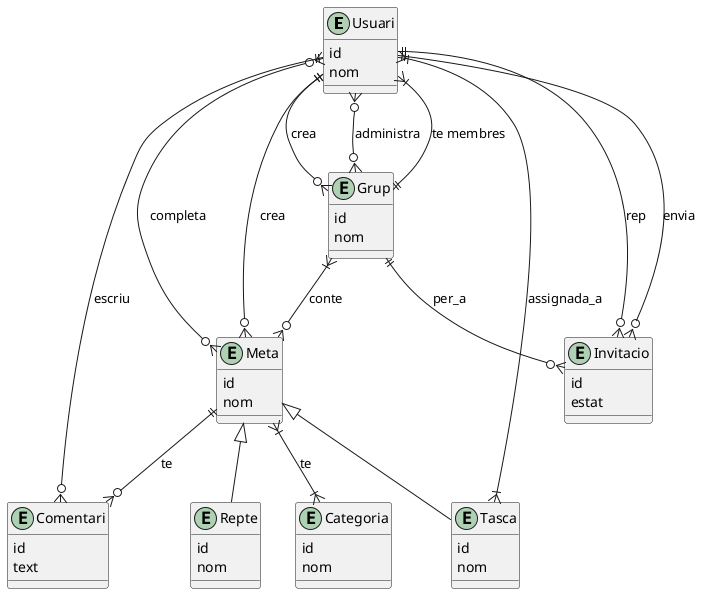
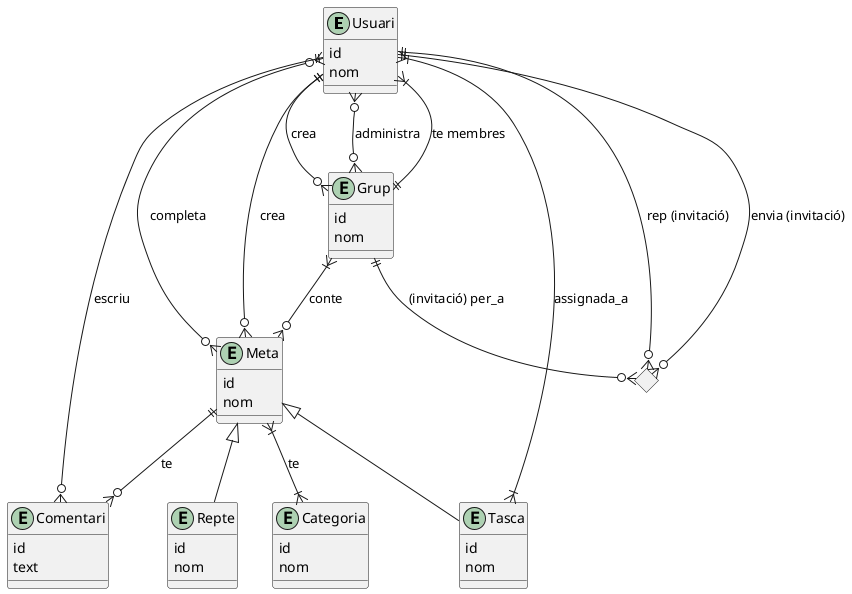
@startuml

entity Usuari {
  id
  nom
}

entity Grup {
  id
  nom
}

entity Meta {
  id
  nom
}

entity Repte {
  id
  nom
}

entity Tasca {
  id
  nom
}

entity Comentari {
  id
  text
}

entity Categoria {
  id
  nom
}

- entity Invitacio {
-   id
-   estat
- }
+ ' entity Invitacio {
+ '   id
+ '   estat
+ ' }
+ 
+ <> Invitacio

' Un usuari pot crear 0 o molts grups
Usuari ||--o{ Grup : crea

' Relació many-to-many: membres
Grup ||--|{ Usuari : te membres

' Administradors de grups
Usuari }o--o{ Grup : administra

' Un grup conté 1 o moltes metes
Grup }|--o{ Meta : conte

' Herència
Meta <|-- Repte
Meta <|-- Tasca

' Un usuari pot fer 1 o molts comentaris
Usuari ||--o{ Comentari : escriu

' Un comentari està en una meta (repte o tasca)
Meta ||--o{ Comentari : te

' Les metes tenen 1 o més categories
Meta }|--|{ Categoria : te

' Invitacions
- Usuari ||--o{ Invitacio : envia
- Usuari ||--o{ Invitacio : rep
- Grup ||--o{ Invitacio : per_a
+ Usuari ||--o{ Invitacio : envia (invitació)
+ Usuari ||--o{ Invitacio : rep (invitació)
+ Grup ||--o{ Invitacio : (invitació) per_a

' Assignació de tasques
Tasca }|--|{ Usuari : assignada_a

' Compleció de metes
Usuari }o--o{ Meta : completa

' Creació de metes
Usuari ||--o{ Meta : crea

@enduml
